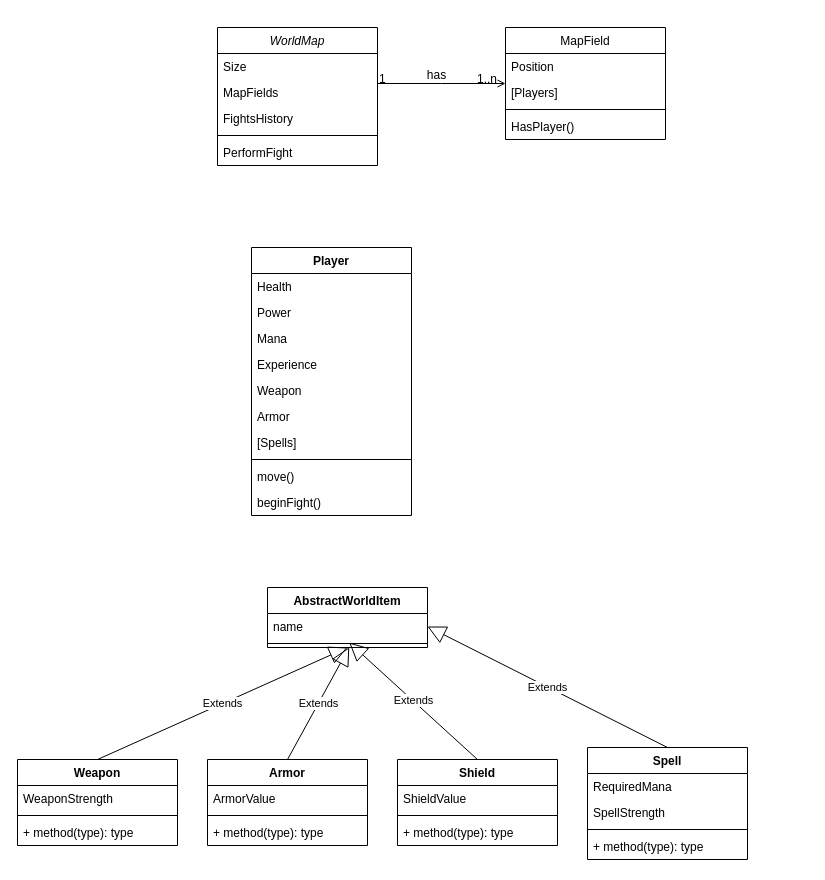
Earlier version of the draw.io diagram PO1.drawio (Piotreqsl/oolab). Source tidied: cells renumbered, new cells numbered last; positions are measured from the earlier drawing's top-left corner, leaving out a move shared by most shapes. Both pictures are drawn from the tidied source at 100%, with x=0, y=0 at pixel (17, 27).
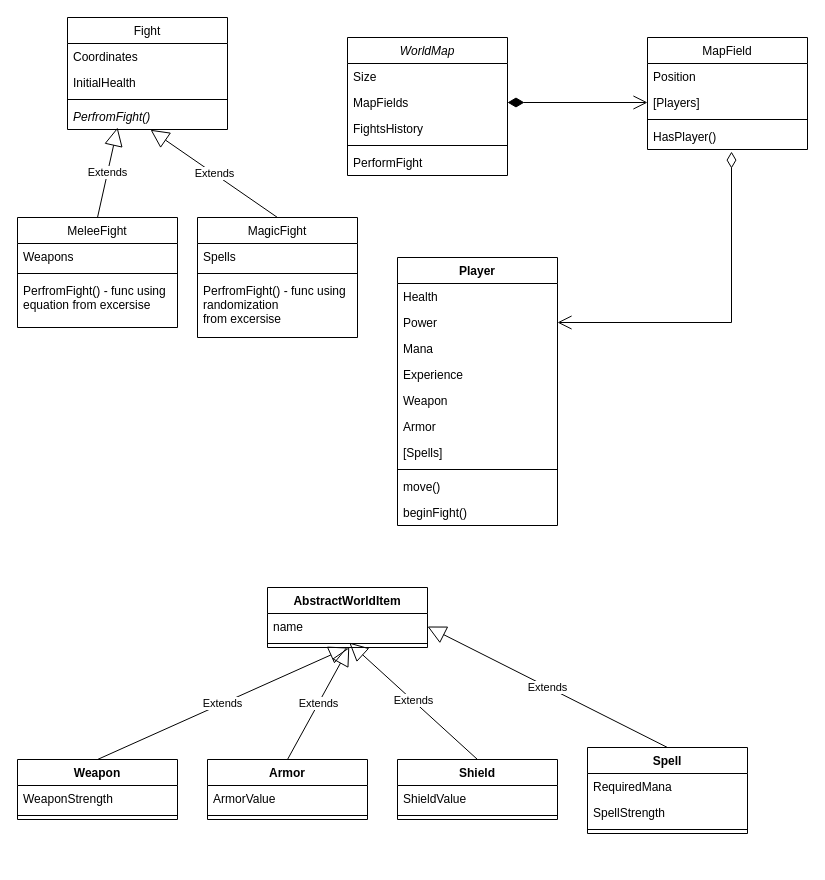
After the change.

The change refers to these unchanged cells:
```xml
<mxCell id="4" value="MapFields" style="text;align=left;verticalAlign=top;spacingLeft=4;spacingRight=4;overflow=hidden;points=[[0,0.5],[1,0.5]];portConstraint=eastwest;rounded=0;shadow=0;html=0;" parent="2" vertex="1">
  <mxGeometry y="52" width="160" height="26" as="geometry" />
</mxCell>
<mxCell id="10" value="[Players]" style="text;align=left;verticalAlign=top;spacingLeft=4;spacingRight=4;overflow=hidden;points=[[0,0.5],[1,0.5]];portConstraint=eastwest;" parent="8" vertex="1">
  <mxGeometry y="52" width="160" height="26" as="geometry" />
</mxCell>
<mxCell id="12" value="HasPlayer()" style="text;align=left;verticalAlign=top;spacingLeft=4;spacingRight=4;overflow=hidden;points=[[0,0.5],[1,0.5]];portConstraint=eastwest;" parent="8" vertex="1">
  <mxGeometry y="86" width="160" height="26" as="geometry" />
</mxCell>
<mxCell id="19" value="Power" style="text;strokeColor=none;fillColor=none;align=left;verticalAlign=top;spacingLeft=4;spacingRight=4;overflow=hidden;points=[[0,0.5],[1,0.5]];portConstraint=eastwest;" parent="17" vertex="1">
  <mxGeometry y="52" width="160" height="26" as="geometry" />
</mxCell>
```

The edit, as a diff of the source:
```diff
@@
     <mxCell id="2" value="WorldMap" style="swimlane;fontStyle=2;align=center;verticalAlign=top;horizontal=1;startSize=26;rounded=0;shadow=0;strokeWidth=1;" parent="1" vertex="1">
-      <mxGeometry x="200" width="160" height="138" as="geometry" />
+      <mxGeometry x="330" y="10" width="160" height="138" as="geometry" />
     </mxCell>
@@
     <mxCell id="8" value="MapField" style="swimlane;fontStyle=0;align=center;verticalAlign=top;horizontal=1;startSize=26;rounded=0;shadow=0;strokeWidth=1;" parent="1" vertex="1">
-      <mxGeometry x="488" width="160" height="112" as="geometry" />
+      <mxGeometry x="630" y="10" width="160" height="112" as="geometry" />
     </mxCell>
@@
-    <mxCell id="13" style="endArrow=open;shadow=0;strokeWidth=1;rounded=0;endFill=1;edgeStyle=elbowEdgeStyle;elbow=vertical;" parent="1" edge="1" source="2" target="8">
-      <mxGeometry x="0.5" y="41" relative="1" as="geometry">
-        <mxPoint x="-40" y="32" as="offset" />
-      </mxGeometry>
-    </mxCell>
-    <mxCell id="14" value="1" style="align=left;verticalAlign=bottom;labelBackgroundColor=none;fontSize=12;" parent="13" vertex="1">
-      <mxGeometry x="-1" relative="1" as="geometry">
-        <mxPoint y="4" as="offset" />
-      </mxGeometry>
-    </mxCell>
-    <mxCell id="15" value="1..n" style="align=right;verticalAlign=bottom;labelBackgroundColor=none;fontSize=12;" parent="13" vertex="1">
-      <mxGeometry x="1" relative="1" as="geometry">
-        <mxPoint x="-7" y="4" as="offset" />
-      </mxGeometry>
-    </mxCell>
-    <mxCell id="16" value="has" style="text;html=1;align=center;verticalAlign=middle;labelBackgroundColor=none;rounded=0;shadow=0;strokeWidth=1;fontSize=12;" parent="13" vertex="1">
-      <mxGeometry x="0.5" y="49" relative="1" as="geometry">
-        <mxPoint x="-38" y="40" as="offset" />
-      </mxGeometry>
-    </mxCell>
     <mxCell id="17" value="Player" style="swimlane;fontStyle=1;align=center;verticalAlign=top;horizontal=1;startSize=26;" parent="1" vertex="1">
-      <mxGeometry x="234" y="220" width="160" height="268" as="geometry" />
+      <mxGeometry x="380" y="230" width="160" height="268" as="geometry" />
     </mxCell>
@@
     <mxCell id="32" value="Weapon" style="swimlane;fontStyle=1;align=center;verticalAlign=top;horizontal=1;startSize=26;" parent="1" vertex="1">
-      <mxGeometry y="732" width="160" height="86" as="geometry" />
+      <mxGeometry y="732" width="160" height="60" as="geometry" />
     </mxCell>
@@
-    <mxCell id="35" value="+ method(type): type" style="text;strokeColor=none;fillColor=none;align=left;verticalAlign=top;spacingLeft=4;spacingRight=4;overflow=hidden;" parent="32" vertex="1">
-      <mxGeometry y="60" width="160" height="26" as="geometry" />
-    </mxCell>
     <mxCell id="36" value="Armor" style="swimlane;fontStyle=1;align=center;verticalAlign=top;horizontal=1;startSize=26;" parent="1" vertex="1">
-      <mxGeometry x="190" y="732" width="160" height="86" as="geometry" />
+      <mxGeometry x="190" y="732" width="160" height="60" as="geometry" />
     </mxCell>
@@
-    <mxCell id="39" value="+ method(type): type" style="text;strokeColor=none;fillColor=none;align=left;verticalAlign=top;spacingLeft=4;spacingRight=4;overflow=hidden;" parent="36" vertex="1">
-      <mxGeometry y="60" width="160" height="26" as="geometry" />
-    </mxCell>
     <mxCell id="40" value="Shield" style="swimlane;fontStyle=1;align=center;verticalAlign=top;horizontal=1;startSize=26;" parent="1" vertex="1">
-      <mxGeometry x="380" y="732" width="160" height="86" as="geometry" />
+      <mxGeometry x="380" y="732" width="160" height="60" as="geometry" />
     </mxCell>
@@
-    <mxCell id="43" value="+ method(type): type" style="text;strokeColor=none;fillColor=none;align=left;verticalAlign=top;spacingLeft=4;spacingRight=4;overflow=hidden;" parent="40" vertex="1">
-      <mxGeometry y="60" width="160" height="26" as="geometry" />
-    </mxCell>
@@
     <mxCell id="46" value="Spell" style="swimlane;fontStyle=1;align=center;verticalAlign=top;horizontal=1;startSize=26;" parent="1" vertex="1">
-      <mxGeometry x="570" y="720" width="160" height="112" as="geometry" />
+      <mxGeometry x="570" y="720" width="160" height="86" as="geometry" />
     </mxCell>
@@
-    <mxCell id="50" value="+ method(type): type" style="text;strokeColor=none;fillColor=none;align=left;verticalAlign=top;spacingLeft=4;spacingRight=4;overflow=hidden;" parent="46" vertex="1">
-      <mxGeometry y="86" width="160" height="26" as="geometry" />
-    </mxCell>
@@
+    <mxCell id="52" value="Fight" style="swimlane;fontStyle=0;align=center;verticalAlign=top;horizontal=1;startSize=26;rounded=0;shadow=0;strokeWidth=1;" parent="1" vertex="1">
+      <mxGeometry x="50" y="-10" width="160" height="112" as="geometry" />
+    </mxCell>
+    <mxCell id="53" value="Coordinates" style="text;align=left;verticalAlign=top;spacingLeft=4;spacingRight=4;overflow=hidden;" parent="52" vertex="1">
+      <mxGeometry y="26" width="160" height="26" as="geometry" />
+    </mxCell>
+    <mxCell id="54" value="InitialHealth" style="text;align=left;verticalAlign=top;spacingLeft=4;spacingRight=4;overflow=hidden;" parent="52" vertex="1">
+      <mxGeometry y="52" width="160" height="26" as="geometry" />
+    </mxCell>
+    <mxCell id="55" style="line;html=1;strokeWidth=1;align=left;verticalAlign=middle;spacingTop=-1;spacingLeft=3;spacingRight=3;labelPosition=right;" parent="52" vertex="1">
+      <mxGeometry y="78" width="160" height="8" as="geometry" />
+    </mxCell>
+    <mxCell id="56" value="PerfromFight()" style="text;align=left;verticalAlign=top;spacingLeft=4;spacingRight=4;overflow=hidden;points=[[0,0.5],[1,0.5]];portConstraint=eastwest;fontStyle=2;" parent="52" vertex="1">
+      <mxGeometry y="86" width="160" height="26" as="geometry" />
+    </mxCell>
+    <mxCell id="57" value="Extends" style="endArrow=block;endSize=16;endFill=0;html=1;rounded=0;exitX=0.5;exitY=0;exitDx=0;exitDy=0;entryX=0.313;entryY=0.923;entryDx=0;entryDy=0;entryPerimeter=0;" parent="1" edge="1" source="58" target="56">
+      <mxGeometry relative="1" as="geometry" />
+    </mxCell>
+    <mxCell id="58" value="MeleeFight" style="swimlane;fontStyle=0;align=center;verticalAlign=top;horizontal=1;startSize=26;rounded=0;shadow=0;strokeWidth=1;" parent="1" vertex="1">
+      <mxGeometry y="190" width="160" height="110" as="geometry" />
+    </mxCell>
+    <mxCell id="59" value="Weapons" style="text;align=left;verticalAlign=top;spacingLeft=4;spacingRight=4;overflow=hidden;" parent="58" vertex="1">
+      <mxGeometry y="26" width="160" height="26" as="geometry" />
+    </mxCell>
+    <mxCell id="60" style="line;html=1;strokeWidth=1;align=left;verticalAlign=middle;spacingTop=-1;spacingLeft=3;spacingRight=3;labelPosition=right;" parent="58" vertex="1">
+      <mxGeometry y="52" width="160" height="8" as="geometry" />
+    </mxCell>
+    <mxCell id="61" value="PerfromFight() - func using &#10;equation from excersise" style="text;align=left;verticalAlign=top;spacingLeft=4;spacingRight=4;overflow=hidden;" parent="58" vertex="1">
+      <mxGeometry y="60" width="160" height="50" as="geometry" />
+    </mxCell>
+    <mxCell id="62" value="MagicFight" style="swimlane;fontStyle=0;align=center;verticalAlign=top;horizontal=1;startSize=26;rounded=0;shadow=0;strokeWidth=1;" parent="1" vertex="1">
+      <mxGeometry x="180" y="190" width="160" height="120" as="geometry" />
+    </mxCell>
+    <mxCell id="63" value="Spells" style="text;align=left;verticalAlign=top;spacingLeft=4;spacingRight=4;overflow=hidden;" parent="62" vertex="1">
+      <mxGeometry y="26" width="160" height="26" as="geometry" />
+    </mxCell>
+    <mxCell id="64" style="line;html=1;strokeWidth=1;align=left;verticalAlign=middle;spacingTop=-1;spacingLeft=3;spacingRight=3;labelPosition=right;" parent="62" vertex="1">
+      <mxGeometry y="52" width="160" height="8" as="geometry" />
+    </mxCell>
+    <mxCell id="65" value="PerfromFight() - func using &#10;randomization &#10;from excersise" style="text;align=left;verticalAlign=top;spacingLeft=4;spacingRight=4;overflow=hidden;" parent="62" vertex="1">
+      <mxGeometry y="60" width="160" height="60" as="geometry" />
+    </mxCell>
+    <mxCell id="66" value="Extends" style="endArrow=block;endSize=16;endFill=0;html=1;rounded=0;exitX=0.5;exitY=0;exitDx=0;exitDy=0;entryX=0.519;entryY=1.011;entryDx=0;entryDy=0;entryPerimeter=0;" parent="1" edge="1" source="62" target="56">
+      <mxGeometry relative="1" as="geometry" />
+    </mxCell>
+    <mxCell id="67" style="endArrow=open;html=1;endSize=12;startArrow=diamondThin;startSize=14;startFill=1;edgeStyle=orthogonalEdgeStyle;align=left;verticalAlign=bottom;rounded=0;exitX=1;exitY=0.5;exitDx=0;exitDy=0;entryX=0;entryY=0.5;entryDx=0;entryDy=0;" parent="1" edge="1" source="4" target="10">
+      <mxGeometry x="-0.47" y="35" relative="1" as="geometry" />
+    </mxCell>
+    <mxCell id="68" style="endArrow=open;html=1;endSize=12;startArrow=diamondThin;startSize=14;startFill=0;edgeStyle=orthogonalEdgeStyle;align=left;verticalAlign=bottom;rounded=0;exitX=0.525;exitY=1.081;exitDx=0;exitDy=0;exitPerimeter=0;entryX=1;entryY=0.5;entryDx=0;entryDy=0;" parent="1" edge="1" source="12" target="19">
+      <mxGeometry x="-0.79" y="46" relative="1" as="geometry">
+        <Array as="points">
+          <mxPoint x="714" y="295" />
+        </Array>
+      </mxGeometry>
+    </mxCell>
```
